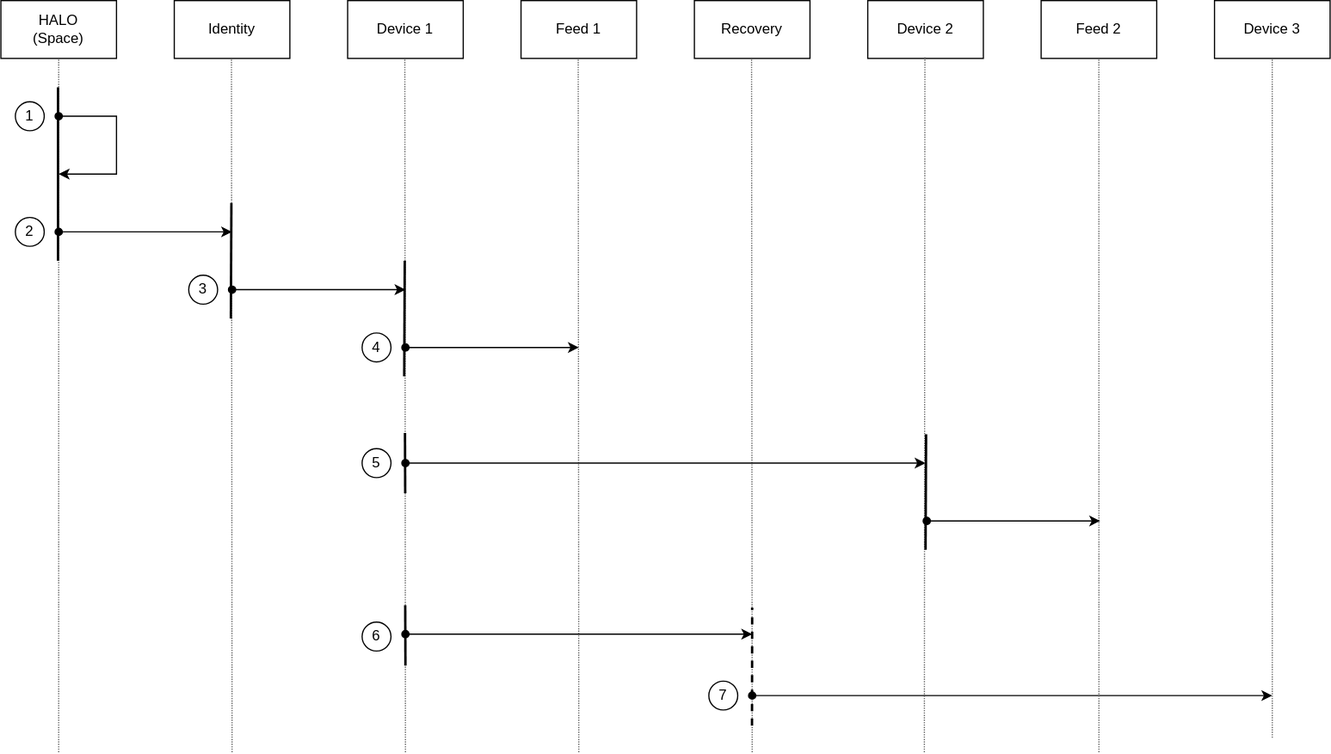
Earlier version of the draw.io export docs/design/diagrams/halo-genesis.drawio.svg (dxos/dxos). Source tidied: cells renumbered, new cells last; positions are measured from the earlier drawing's top-left corner, leaving out a move shared by most shapes.
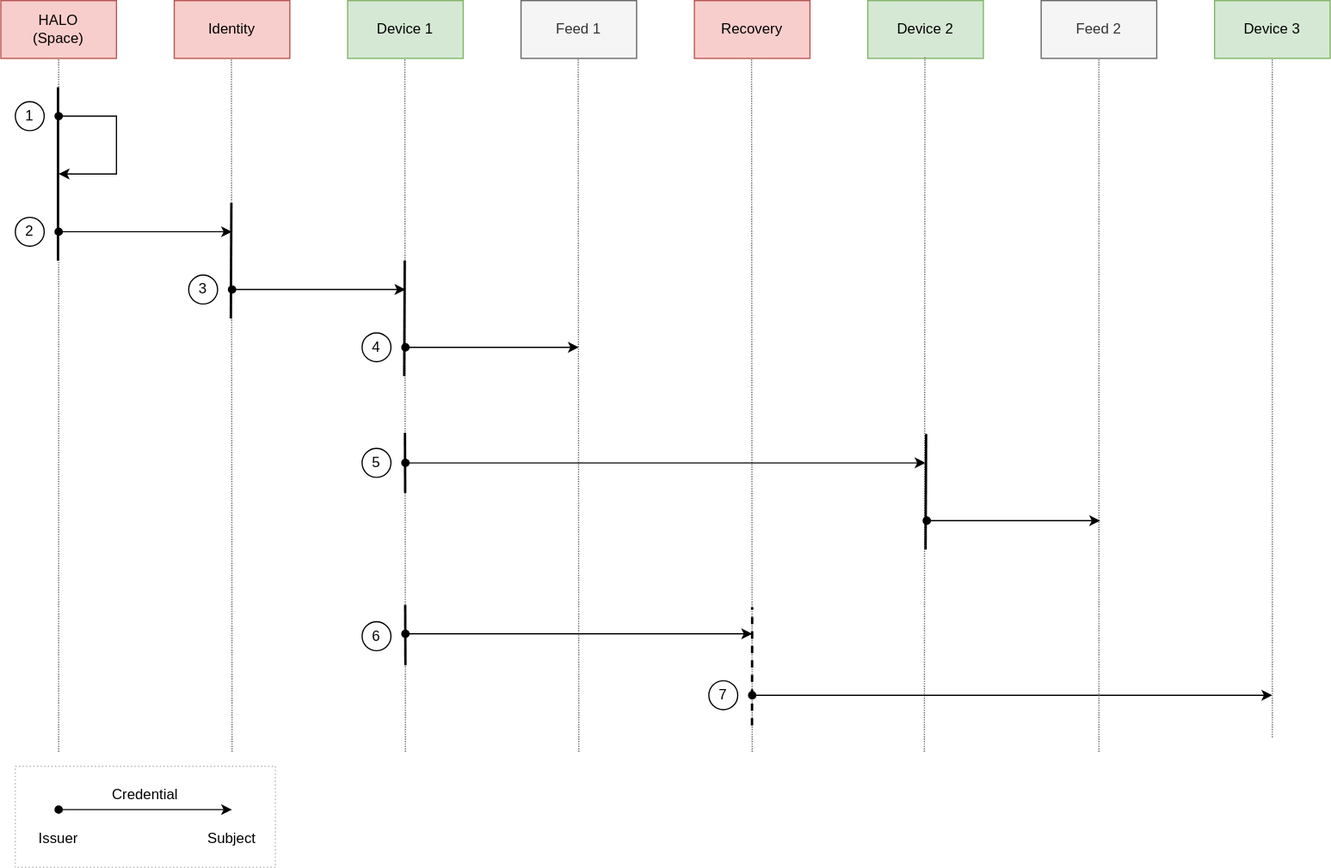
The same diagram one commit later.

Change to the diagram source:
```diff
@@ -2,19 +2,19 @@
   <root>
     <mxCell id="0" />
     <mxCell id="1" parent="0" />
-    <mxCell id="2" value="HALO&lt;br&gt;(Space)" style="rounded=0;whiteSpace=wrap;html=1;" parent="1" vertex="1">
+    <mxCell id="2" value="HALO&lt;br&gt;(Space)" style="rounded=0;whiteSpace=wrap;html=1;fillColor=#f8cecc;strokeColor=#b85450;" parent="1" vertex="1">
       <mxGeometry width="96" height="48" as="geometry" />
     </mxCell>
-    <mxCell id="3" value="Identity" style="rounded=0;whiteSpace=wrap;html=1;" parent="1" vertex="1">
+    <mxCell id="3" value="Identity" style="rounded=0;whiteSpace=wrap;html=1;fillColor=#f8cecc;strokeColor=#b85450;" parent="1" vertex="1">
       <mxGeometry x="144" width="96" height="48" as="geometry" />
     </mxCell>
-    <mxCell id="4" value="Device 1" style="rounded=0;whiteSpace=wrap;html=1;" parent="1" vertex="1">
+    <mxCell id="4" value="Device 1" style="rounded=0;whiteSpace=wrap;html=1;fillColor=#d5e8d4;strokeColor=#82b366;" parent="1" vertex="1">
       <mxGeometry x="288" width="96" height="48" as="geometry" />
     </mxCell>
-    <mxCell id="5" value="Feed 1" style="rounded=0;whiteSpace=wrap;html=1;" parent="1" vertex="1">
+    <mxCell id="5" value="Feed 1" style="rounded=0;whiteSpace=wrap;html=1;fillColor=#f5f5f5;strokeColor=#666666;fontColor=#333333;" parent="1" vertex="1">
       <mxGeometry x="432" width="96" height="48" as="geometry" />
     </mxCell>
-    <mxCell id="6" value="Recovery" style="rounded=0;whiteSpace=wrap;html=1;" parent="1" vertex="1">
+    <mxCell id="6" value="Recovery" style="rounded=0;whiteSpace=wrap;html=1;fillColor=#f8cecc;strokeColor=#b85450;" parent="1" vertex="1">
       <mxGeometry x="576" width="96" height="48" as="geometry" />
     </mxCell>
     <mxCell id="7" style="endArrow=none;dashed=1;html=1;strokeWidth=1;entryX=0.5;entryY=1;entryDx=0;entryDy=0;dashPattern=1 1;fillColor=#f5f5f5;strokeColor=#666666;" parent="1" edge="1" target="2">
@@ -80,7 +80,7 @@
         <mxPoint x="624" y="526" as="targetPoint" />
       </mxGeometry>
     </mxCell>
-    <mxCell id="17" value="Device 2" style="rounded=0;whiteSpace=wrap;html=1;" parent="1" vertex="1">
+    <mxCell id="17" value="Device 2" style="rounded=0;whiteSpace=wrap;html=1;fillColor=#d5e8d4;strokeColor=#82b366;" parent="1" vertex="1">
       <mxGeometry x="720" width="96" height="48" as="geometry" />
     </mxCell>
     <mxCell id="18" style="endArrow=classic;html=1;rounded=0;startArrow=oval;startFill=1;" parent="1" edge="1">
@@ -95,7 +95,7 @@
         <mxPoint x="767.5" y="46" as="targetPoint" />
       </mxGeometry>
     </mxCell>
-    <mxCell id="20" value="Feed 2" style="rounded=0;whiteSpace=wrap;html=1;" parent="1" vertex="1">
+    <mxCell id="20" value="Feed 2" style="rounded=0;whiteSpace=wrap;html=1;fillColor=#f5f5f5;strokeColor=#666666;fontColor=#333333;" parent="1" vertex="1">
       <mxGeometry x="864" width="96" height="48" as="geometry" />
     </mxCell>
     <mxCell id="21" style="endArrow=classic;html=1;rounded=0;startArrow=oval;startFill=1;" parent="1" edge="1">
@@ -167,7 +167,7 @@
         <mxPoint x="335.6" y="359" as="targetPoint" />
       </mxGeometry>
     </mxCell>
-    <mxCell id="36" value="Device 3" style="rounded=0;whiteSpace=wrap;html=1;" parent="1" vertex="1">
+    <mxCell id="36" value="Device 3" style="rounded=0;whiteSpace=wrap;html=1;fillColor=#d5e8d4;strokeColor=#82b366;" parent="1" vertex="1">
       <mxGeometry x="1008" width="96" height="48" as="geometry" />
     </mxCell>
     <mxCell id="37" style="endArrow=none;dashed=1;html=1;strokeWidth=1;entryX=0.5;entryY=1;entryDx=0;entryDy=0;dashPattern=1 1;fillColor=#f5f5f5;strokeColor=#666666;" parent="1" edge="1">
@@ -188,5 +188,23 @@
         <mxPoint x="768.4" y="360" as="targetPoint" />
       </mxGeometry>
     </mxCell>
+    <mxCell id="40" style="endArrow=classic;html=1;rounded=0;startArrow=oval;startFill=1;" parent="1" edge="1">
+      <mxGeometry relative="1" as="geometry">
+        <mxPoint x="48" y="672" as="sourcePoint" />
+        <mxPoint x="192" y="672" as="targetPoint" />
+      </mxGeometry>
+    </mxCell>
+    <mxCell id="41" value="Issuer" style="rounded=0;whiteSpace=wrap;html=1;fillColor=none;strokeColor=none;" parent="1" vertex="1">
+      <mxGeometry y="684" width="96" height="24" as="geometry" />
+    </mxCell>
+    <mxCell id="42" value="Subject" style="rounded=0;whiteSpace=wrap;html=1;fillColor=none;strokeColor=none;" parent="1" vertex="1">
+      <mxGeometry x="144" y="684" width="96" height="24" as="geometry" />
+    </mxCell>
+    <mxCell id="43" value="Credential" style="rounded=0;whiteSpace=wrap;html=1;fillColor=none;strokeColor=none;" parent="1" vertex="1">
+      <mxGeometry x="72" y="648" width="96" height="24" as="geometry" />
+    </mxCell>
+    <mxCell id="44" style="rounded=0;whiteSpace=wrap;html=1;fillColor=none;dashed=1;dashPattern=1 2;strokeWidth=1;strokeColor=#B3B3B3;" parent="1" vertex="1">
+      <mxGeometry x="12" y="636" width="216" height="84" as="geometry" />
+    </mxCell>
   </root>
 </mxGraphModel>
```
